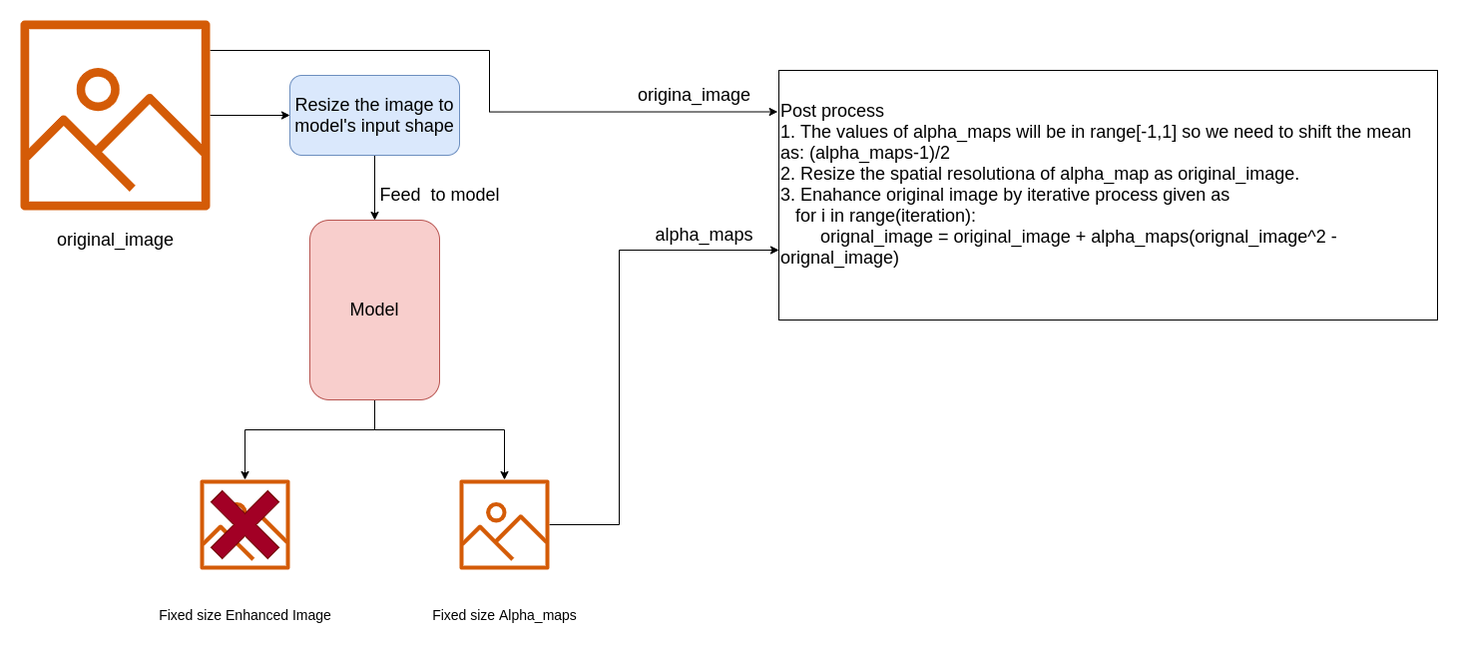
The draw.io diagram image_assets/Zero-DCE-lite post enhancing iteration.png in Thehunk1206/Zero-DCE, before a commit. Source tidied: cells renumbered, new cells last; positions are measured from the earlier drawing's top-left corner, leaving out a move shared by most shapes.
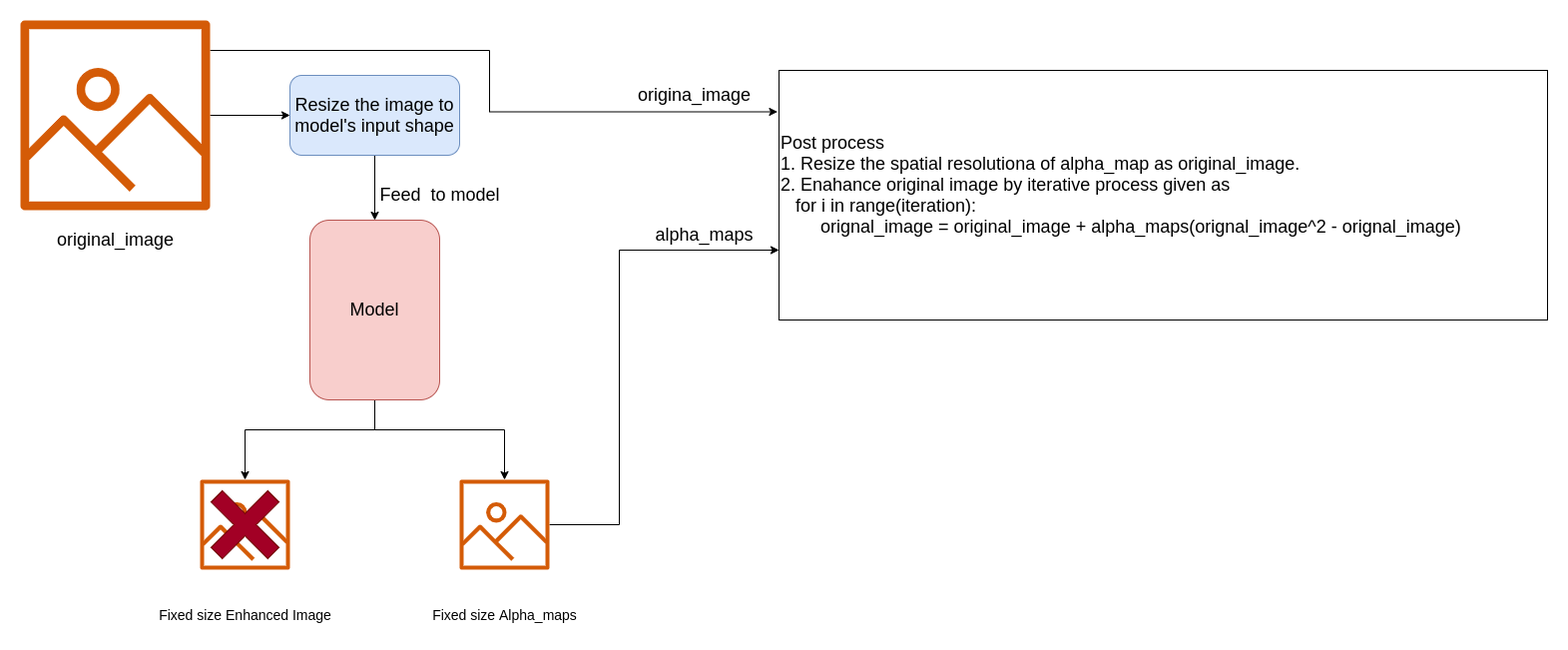
Above is the later version.

The edit, as a diff of the source:
```diff
@@ -70,8 +70,8 @@
     <mxCell id="17" style="shape=cross;whiteSpace=wrap;html=1;fontSize=14;rotation=-45;fillColor=#a20025;strokeColor=#6F0000;fontColor=#ffffff;" parent="1" vertex="1">
       <mxGeometry x="185" y="465" width="80" height="80" as="geometry" />
     </mxCell>
-    <mxCell id="18" value="&lt;font style=&quot;font-size: 18px&quot;&gt;Post process&lt;br&gt;1. The values of alpha_maps will be in range[-1,1] so we need to shift the mean as: (alpha_maps-1)/2&amp;nbsp;&lt;br&gt;2. Resize the spatial resolutiona of alpha_map as original_image.&lt;br&gt;3. Enahance original image by iterative process given as&amp;nbsp;&lt;br&gt;&amp;nbsp; &amp;nbsp;for i in range(iteration):&lt;br&gt;&lt;span style=&quot;white-space: pre&quot;&gt;&#9;&lt;/span&gt;orignal_image = original_image + alpha_maps(orignal_image^2 - orignal_image)&lt;br&gt;&lt;span&gt;&#9;&lt;/span&gt;&amp;nbsp;&lt;/font&gt;" style="rounded=0;whiteSpace=wrap;html=1;fontSize=14;align=left;" parent="1" vertex="1">
-      <mxGeometry x="760" y="50" width="660" height="250" as="geometry" />
+    <mxCell id="18" value="&lt;font style=&quot;font-size: 18px&quot;&gt;Post process&amp;nbsp;&lt;br&gt;1. Resize the spatial resolutiona of alpha_map as original_image.&lt;br&gt;2. Enahance original image by iterative process given as&amp;nbsp;&lt;br&gt;&amp;nbsp; &amp;nbsp;for i in range(iteration):&lt;br&gt;&lt;span style=&quot;white-space: pre&quot;&gt;&#9;&lt;/span&gt;orignal_image = original_image + alpha_maps(orignal_image^2 - orignal_image)&lt;br&gt;&lt;span&gt;&#9;&lt;/span&gt;&amp;nbsp;&lt;/font&gt;" style="rounded=0;whiteSpace=wrap;html=1;fontSize=14;align=left;" parent="1" vertex="1">
+      <mxGeometry x="760" y="50" width="770" height="250" as="geometry" />
     </mxCell>
     <mxCell id="19" value="origina_image" style="text;html=1;align=center;verticalAlign=middle;strokeColor=none;fillColor=none;fontSize=18;" parent="1" vertex="1">
       <mxGeometry x="610" y="60" width="130" height="30" as="geometry" />
```
